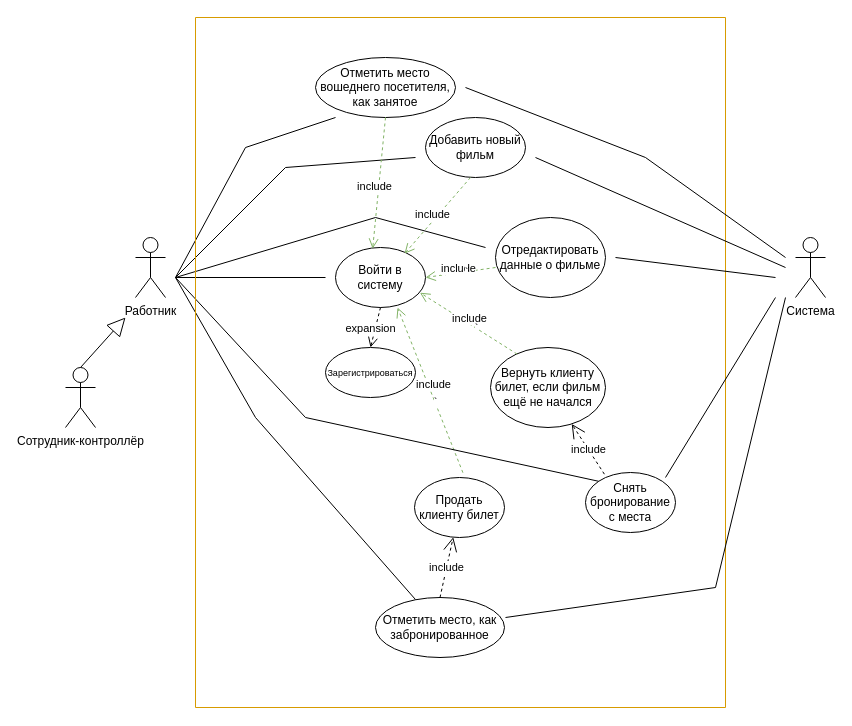
Before: Диаграмма без названия.drawio in nikitaptl/works-Java-Kotlin, a draw.io diagram. Source tidied: cells renumbered, new cells numbered last; positions are measured from the earlier drawing's top-left corner, leaving out a move shared by most shapes. Both pictures are drawn from the tidied source at 100%, with x=0, y=0 at pixel (65, 17).
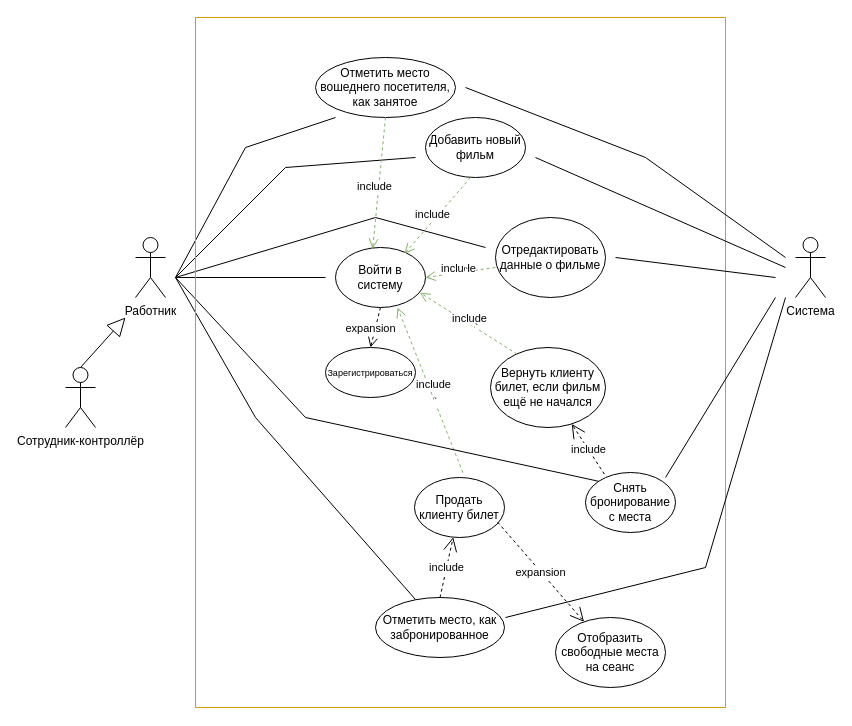
After the change.

The change refers to these unchanged cells:
```xml
<mxCell id="7" value="Продать клиенту билет" style="ellipse;whiteSpace=wrap;html=1;" parent="1" vertex="1">
  <mxGeometry x="349" y="460" width="90" height="60" as="geometry" />
</mxCell>
```

What changed in the source:
```diff
@@
     <mxCell id="39" style="endArrow=none;html=1;rounded=0;" parent="1" edge="1">
       <mxGeometry relative="1" as="geometry">
         <mxPoint x="440" y="600" as="sourcePoint" />
         <mxPoint x="720" y="280" as="targetPoint" />
         <Array as="points">
-          <mxPoint x="650" y="570" />
+          <mxPoint x="640" y="550" />
         </Array>
       </mxGeometry>
     </mxCell>
@@
+    <mxCell id="44" value="Отобразить свободные места на сеанс" style="ellipse;whiteSpace=wrap;html=1;" parent="1" vertex="1">
+      <mxGeometry x="490" y="600" width="110" height="70" as="geometry" />
+    </mxCell>
+    <mxCell id="45" value="expansion" style="endArrow=open;endSize=12;dashed=1;html=1;rounded=0;exitX=0.924;exitY=0.744;exitDx=0;exitDy=0;exitPerimeter=0;" parent="1" edge="1" source="7" target="44">
+      <mxGeometry relative="1" as="geometry" />
+    </mxCell>
```
